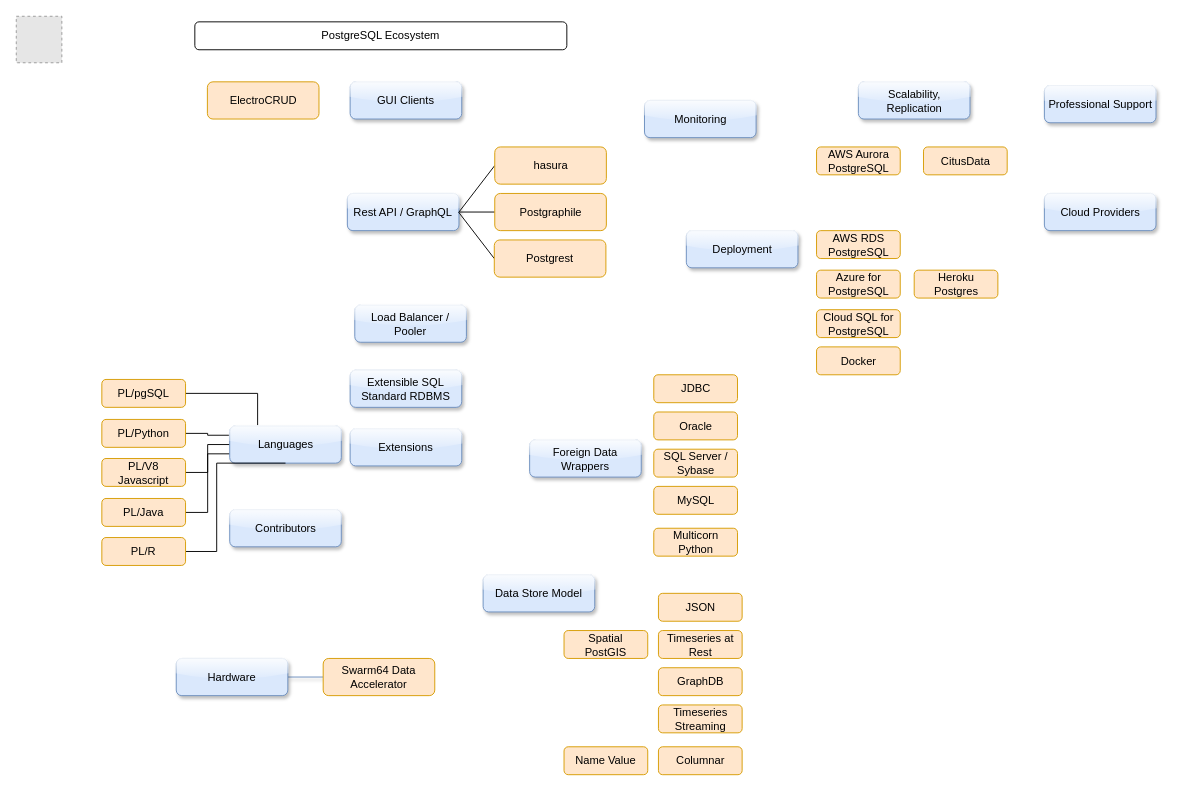
Earlier version of the draw.io diagram postgresql-ecosystem.drawio (EfficiencyGeek/postgresql-ecosystem). Source tidied: cells renumbered, new cells numbered last; positions are measured from the earlier drawing's top-left corner, leaving out a move shared by most shapes. Both pictures are drawn from the tidied source at 93%, with x=0, y=0 at pixel (16, 16). Pictures stored in the file or linked from it are replaced by grey dashed boxes.
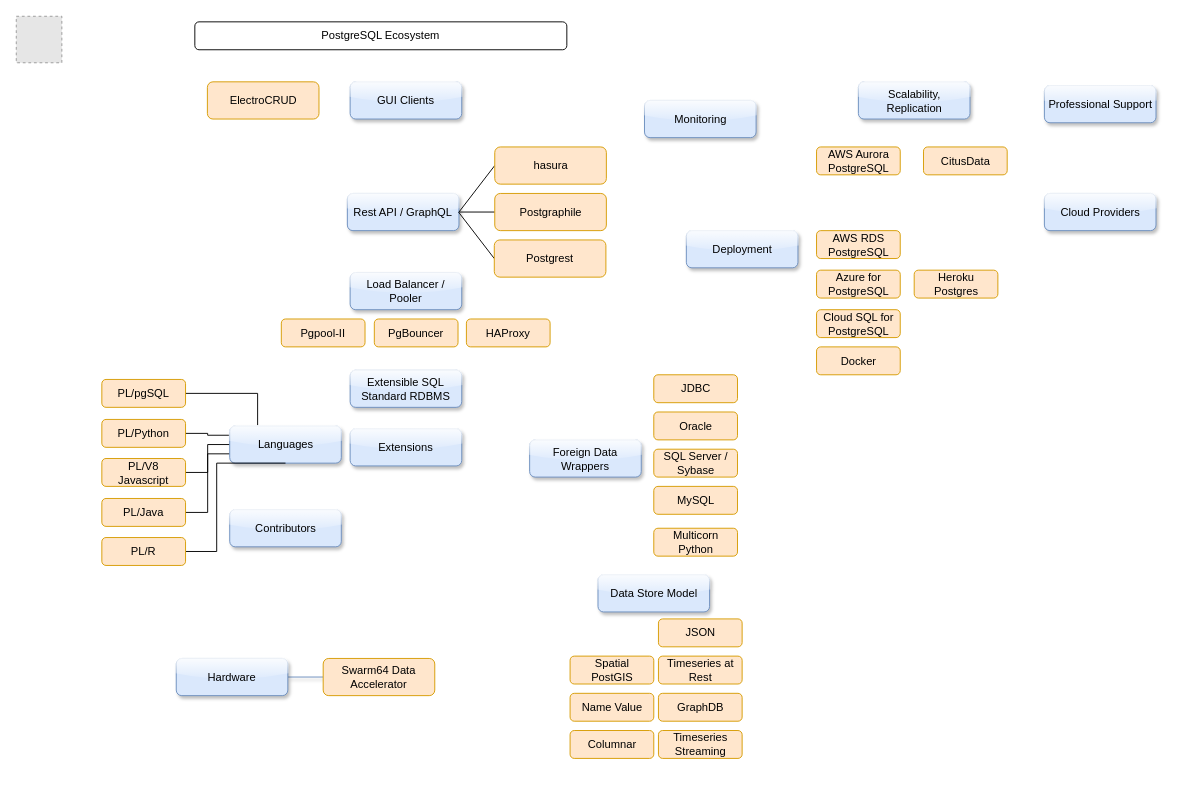
Above is the later version.

Commit message:
added load balancer

Change to the diagram source:
```diff
@@
     <mxCell id="9" value="Data Store Model" style="rounded=1;whiteSpace=wrap;html=1;shadow=1;strokeColor=#6c8ebf;fillColor=#dae8fc;glass=1;" parent="1" vertex="1">
-      <mxGeometry x="502" y="600.5" width="120" height="40" as="geometry" />
+      <mxGeometry x="625.5" y="600.5" width="120" height="40" as="geometry" />
     </mxCell>
@@
     <mxCell id="11" value="Load Balancer / Pooler" style="rounded=1;whiteSpace=wrap;html=1;shadow=1;strokeColor=#6c8ebf;fillColor=#dae8fc;glass=1;" parent="1" vertex="1">
-      <mxGeometry x="364" y="310.5" width="120" height="40" as="geometry" />
+      <mxGeometry x="359" y="275.5" width="120" height="40" as="geometry" />
     </mxCell>
@@
     <mxCell id="42" value="JSON" style="rounded=1;whiteSpace=wrap;html=1;fillColor=#ffe6cc;strokeColor=#d79b00;flipV=1;flipH=1;" parent="1" vertex="1">
-      <mxGeometry x="690.5" y="620.5" width="90" height="30" as="geometry" />
+      <mxGeometry x="690.5" y="648" width="90" height="30" as="geometry" />
     </mxCell>
     <mxCell id="43" value="Timeseries at Rest" style="rounded=1;whiteSpace=wrap;html=1;fillColor=#ffe6cc;strokeColor=#d79b00;flipV=1;flipH=1;" parent="1" vertex="1">
-      <mxGeometry x="690.5" y="660.5" width="90" height="30" as="geometry" />
+      <mxGeometry x="690.5" y="688" width="90" height="30" as="geometry" />
     </mxCell>
     <mxCell id="44" value="GraphDB" style="rounded=1;whiteSpace=wrap;html=1;fillColor=#ffe6cc;strokeColor=#d79b00;flipV=1;flipH=1;" parent="1" vertex="1">
-      <mxGeometry x="690.5" y="700.5" width="90" height="30" as="geometry" />
+      <mxGeometry x="690.5" y="728" width="90" height="30" as="geometry" />
     </mxCell>
     <mxCell id="45" value="Timeseries Streaming" style="rounded=1;whiteSpace=wrap;html=1;fillColor=#ffe6cc;strokeColor=#d79b00;flipV=1;flipH=1;" parent="1" vertex="1">
-      <mxGeometry x="690.5" y="740.5" width="90" height="30" as="geometry" />
+      <mxGeometry x="690.5" y="768" width="90" height="30" as="geometry" />
     </mxCell>
     <mxCell id="46" value="Columnar" style="rounded=1;whiteSpace=wrap;html=1;fillColor=#ffe6cc;strokeColor=#d79b00;flipV=1;flipH=1;" parent="1" vertex="1">
-      <mxGeometry x="690.5" y="785.5" width="90" height="30" as="geometry" />
+      <mxGeometry x="595.5" y="768" width="90" height="30" as="geometry" />
     </mxCell>
     <mxCell id="47" value="Spatial &lt;br&gt;PostGIS" style="rounded=1;whiteSpace=wrap;html=1;fillColor=#ffe6cc;strokeColor=#d79b00;flipV=1;flipH=1;" parent="1" vertex="1">
-      <mxGeometry x="589" y="660.5" width="90" height="30" as="geometry" />
+      <mxGeometry x="595.5" y="688" width="90" height="30" as="geometry" />
     </mxCell>
@@
     <mxCell id="50" value="Name Value" style="rounded=1;whiteSpace=wrap;html=1;fillColor=#ffe6cc;strokeColor=#d79b00;flipV=1;flipH=1;" parent="1" vertex="1">
-      <mxGeometry x="589" y="785.5" width="90" height="30" as="geometry" />
+      <mxGeometry x="595.5" y="728" width="90" height="30" as="geometry" />
     </mxCell>
@@
+    <mxCell id="57" value="Pgpool-II" style="rounded=1;whiteSpace=wrap;html=1;fillColor=#ffe6cc;strokeColor=#d79b00;flipV=1;flipH=1;" parent="1" vertex="1">
+      <mxGeometry x="285" y="325.5" width="90" height="30" as="geometry" />
+    </mxCell>
+    <mxCell id="58" value="PgBouncer" style="rounded=1;whiteSpace=wrap;html=1;fillColor=#ffe6cc;strokeColor=#d79b00;flipV=1;flipH=1;" parent="1" vertex="1">
+      <mxGeometry x="385" y="325.5" width="90" height="30" as="geometry" />
+    </mxCell>
+    <mxCell id="59" value="HAProxy" style="rounded=1;whiteSpace=wrap;html=1;fillColor=#ffe6cc;strokeColor=#d79b00;flipV=1;flipH=1;" parent="1" vertex="1">
+      <mxGeometry x="484" y="325.5" width="90" height="30" as="geometry" />
+    </mxCell>
```
